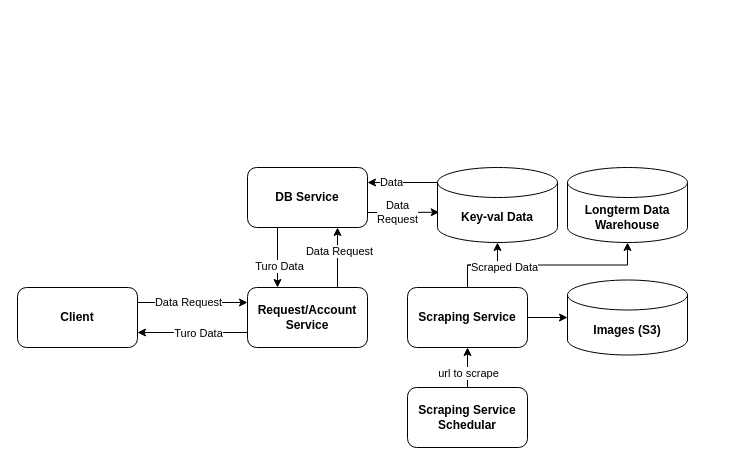
The draw.io diagram page "Collaboration Diagram" (2 of 7) of design/System Design.drawio in jacob-petterle/turo-scraper, before the edit. Source tidied: cells renumbered, new cells numbered last; positions are measured from the earlier drawing's top-left corner, leaving out a move shared by most shapes. Both pictures are drawn from the tidied source at 100%, with x=0, y=0 at pixel (17, 167).
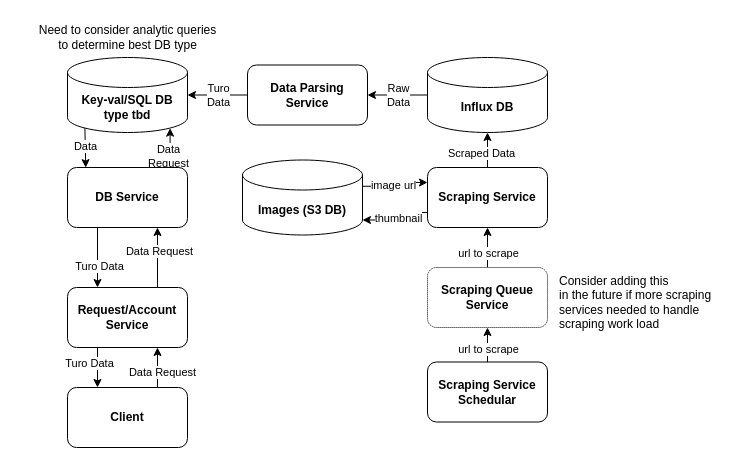
After the change.

Commit message (it also covers changes not shown here):
add scraping sequence

Diff of the diagram source:
```diff
@@
-    <mxCell id="2" style="edgeStyle=orthogonalEdgeStyle;rounded=0;jettySize=auto;html=1;entryX=0.5;entryY=1;entryDx=0;entryDy=0;entryPerimeter=0;" parent="1" edge="1" source="23" target="19">
-      <mxGeometry relative="1" as="geometry" />
-    </mxCell>
-    <mxCell id="3" style="edgeStyle=orthogonalEdgeStyle;rounded=0;jettySize=auto;html=1;entryX=0;entryY=0.25;entryDx=0;entryDy=0;exitX=1;exitY=0.25;exitDx=0;exitDy=0;" parent="1" edge="1" source="5" target="10">
+    <mxCell id="3" style="edgeStyle=orthogonalEdgeStyle;rounded=0;jettySize=auto;html=1;entryX=0.75;entryY=1;entryDx=0;entryDy=0;exitX=0.75;exitY=0;exitDx=0;exitDy=0;" parent="1" edge="1" source="5" target="10">
       <mxGeometry relative="1" as="geometry" />
     </mxCell>
@@
     <mxCell id="5" value="&lt;b&gt;Client&lt;/b&gt;" style="rounded=1;whiteSpace=wrap;html=1;" parent="1" vertex="1">
-      <mxGeometry y="120" width="120" height="60" as="geometry" />
+      <mxGeometry x="50" y="220" width="120" height="60" as="geometry" />
     </mxCell>
-    <mxCell id="6" style="edgeStyle=orthogonalEdgeStyle;rounded=0;jettySize=auto;html=1;exitX=0;exitY=0.75;exitDx=0;exitDy=0;entryX=1;entryY=0.75;entryDx=0;entryDy=0;" parent="1" edge="1" source="10" target="5">
+    <mxCell id="6" style="edgeStyle=orthogonalEdgeStyle;rounded=0;jettySize=auto;html=1;exitX=0.25;exitY=1;exitDx=0;exitDy=0;entryX=0.25;entryY=0;entryDx=0;entryDy=0;" parent="1" edge="1" source="10" target="5">
       <mxGeometry relative="1" as="geometry" />
     </mxCell>
@@
     <mxCell id="10" value="&lt;b&gt;Request/Account Service&lt;/b&gt;" style="rounded=1;whiteSpace=wrap;html=1;" parent="1" vertex="1">
-      <mxGeometry x="230" y="120" width="120" height="60" as="geometry" />
+      <mxGeometry x="50" y="120" width="120" height="60" as="geometry" />
     </mxCell>
-    <mxCell id="11" style="edgeStyle=orthogonalEdgeStyle;rounded=0;jettySize=auto;html=1;entryX=1;entryY=0.25;entryDx=0;entryDy=0;exitX=0;exitY=0;exitDx=0;exitDy=15;exitPerimeter=0;" parent="1" edge="1" source="19" target="18">
+    <mxCell id="11" style="edgeStyle=orthogonalEdgeStyle;rounded=0;jettySize=auto;html=1;entryX=0.152;entryY=0.002;entryDx=0;entryDy=0;exitX=0.145;exitY=1;exitDx=0;exitDy=-4.35;exitPerimeter=0;entryPerimeter=0;" parent="1" edge="1" source="19" target="18">
       <mxGeometry relative="1" as="geometry" />
     </mxCell>
     <mxCell id="12" value="Data" style="edgeLabel;html=1;align=center;verticalAlign=middle;" parent="11" vertex="1">
       <mxGeometry x="-0.64" y="-1" relative="1" as="geometry">
-        <mxPoint x="-34" as="offset" />
+        <mxPoint x="1" y="11" as="offset" />
       </mxGeometry>
     </mxCell>
+    <mxCell id="28" style="edgeStyle=orthogonalEdgeStyle;rounded=0;jettySize=auto;html=1;exitX=0;exitY=0.5;exitDx=0;exitDy=0;exitPerimeter=0;entryX=1;entryY=0.5;entryDx=0;entryDy=0;" parent="1" edge="1" source="13" target="35">
+      <mxGeometry relative="1" as="geometry" />
+    </mxCell>
+    <mxCell id="29" value="Raw&lt;br&gt;Data" style="edgeLabel;html=1;align=center;verticalAlign=middle;" parent="28" vertex="1">
+      <mxGeometry x="0.3" y="-1" relative="1" as="geometry">
+        <mxPoint x="9" y="1" as="offset" />
+      </mxGeometry>
+    </mxCell>
-    <mxCell id="13" value="&lt;b&gt;Longterm Data Warehouse&lt;/b&gt;" style="shape=cylinder3;whiteSpace=wrap;html=1;boundedLbl=1;backgroundOutline=1;size=15;" parent="1" vertex="1">
-      <mxGeometry x="550" width="120" height="75" as="geometry" />
+    <mxCell id="13" value="&lt;b&gt;Influx DB&lt;/b&gt;" style="shape=cylinder3;whiteSpace=wrap;html=1;boundedLbl=1;backgroundOutline=1;size=15;" parent="1" vertex="1">
+      <mxGeometry x="410" y="-110" width="120" height="75" as="geometry" />
     </mxCell>
@@
-    <mxCell id="16" style="edgeStyle=orthogonalEdgeStyle;rounded=0;jettySize=auto;html=1;exitX=1;exitY=0.75;exitDx=0;exitDy=0;" parent="1" edge="1" source="18">
-      <mxGeometry relative="1" as="geometry">
-        <mxPoint x="421.7" y="44.7" as="targetPoint" />
-      </mxGeometry>
+    <mxCell id="16" style="edgeStyle=orthogonalEdgeStyle;rounded=0;jettySize=auto;html=1;exitX=0.855;exitY=0.002;exitDx=0;exitDy=0;entryX=0.855;entryY=1;entryDx=0;entryDy=-4.35;entryPerimeter=0;exitPerimeter=0;" parent="1" edge="1" source="18" target="19">
+      <mxGeometry relative="1" as="geometry" />
     </mxCell>
     <mxCell id="17" value="Data&lt;br&gt;Request" style="edgeLabel;html=1;align=center;verticalAlign=middle;" parent="16" vertex="1">
       <mxGeometry x="0.34" y="1" relative="1" as="geometry">
-        <mxPoint x="-18" as="offset" />
+        <mxPoint x="-1" y="14" as="offset" />
       </mxGeometry>
     </mxCell>
     <mxCell id="18" value="&lt;b&gt;DB Service&lt;/b&gt;" style="rounded=1;whiteSpace=wrap;html=1;" parent="1" vertex="1">
-      <mxGeometry x="230" width="120" height="60" as="geometry" />
+      <mxGeometry x="50" width="120" height="60" as="geometry" />
     </mxCell>
-    <mxCell id="19" value="&lt;b&gt;Key-val Data&lt;/b&gt;" style="shape=cylinder3;whiteSpace=wrap;html=1;boundedLbl=1;backgroundOutline=1;size=15;" parent="1" vertex="1">
-      <mxGeometry x="420" width="120" height="75" as="geometry" />
+    <mxCell id="19" value="&lt;b&gt;Key-val/SQL DB&lt;br&gt;type tbd&lt;br&gt;&lt;/b&gt;" style="shape=cylinder3;whiteSpace=wrap;html=1;boundedLbl=1;backgroundOutline=1;size=15;" parent="1" vertex="1">
+      <mxGeometry x="50" y="-110" width="120" height="75" as="geometry" />
     </mxCell>
@@
-    <mxCell id="22" style="edgeStyle=orthogonalEdgeStyle;rounded=0;jettySize=auto;html=1;entryX=0;entryY=0.5;entryDx=0;entryDy=0;entryPerimeter=0;" parent="1" edge="1" source="23" target="24">
+    <mxCell id="22" style="edgeStyle=orthogonalEdgeStyle;rounded=0;jettySize=auto;html=1;exitX=0;exitY=0.75;exitDx=0;exitDy=0;entryX=1;entryY=1;entryDx=0;entryDy=-15;entryPerimeter=0;" parent="1" edge="1" source="23" target="24">
       <mxGeometry relative="1" as="geometry" />
     </mxCell>
+    <mxCell id="30" value="thumbnail" style="edgeLabel;html=1;align=center;verticalAlign=middle;" parent="22" vertex="1">
+      <mxGeometry x="-0.3" y="-3" relative="1" as="geometry">
+        <mxPoint x="-5" y="8" as="offset" />
+      </mxGeometry>
+    </mxCell>
     <mxCell id="23" value="&lt;b&gt;Scraping Service&lt;/b&gt;" style="rounded=1;whiteSpace=wrap;html=1;" parent="1" vertex="1">
-      <mxGeometry x="390" y="120" width="120" height="60" as="geometry" />
+      <mxGeometry x="410" width="120" height="60" as="geometry" />
     </mxCell>
+    <mxCell id="31" style="edgeStyle=orthogonalEdgeStyle;rounded=0;jettySize=auto;html=1;exitX=1;exitY=0;exitDx=0;exitDy=26.25;exitPerimeter=0;entryX=0;entryY=0.25;entryDx=0;entryDy=0;" parent="1" edge="1" source="24" target="23">
+      <mxGeometry relative="1" as="geometry" />
+    </mxCell>
+    <mxCell id="32" value="image url" style="edgeLabel;html=1;align=center;verticalAlign=middle;" parent="31" vertex="1">
+      <mxGeometry x="0.35" y="1" relative="1" as="geometry">
+        <mxPoint x="-12" y="3" as="offset" />
+      </mxGeometry>
+    </mxCell>
-    <mxCell id="24" value="&lt;b&gt;Images (S3)&lt;/b&gt;" style="shape=cylinder3;whiteSpace=wrap;html=1;boundedLbl=1;backgroundOutline=1;size=15;" parent="1" vertex="1">
-      <mxGeometry x="550" y="112.5" width="120" height="75" as="geometry" />
+    <mxCell id="24" value="&lt;b&gt;Images (S3 DB)&lt;/b&gt;" style="shape=cylinder3;whiteSpace=wrap;html=1;boundedLbl=1;backgroundOutline=1;size=15;" parent="1" vertex="1">
+      <mxGeometry x="225" y="-7.5" width="120" height="75" as="geometry" />
     </mxCell>
-    <mxCell id="25" style="edgeStyle=orthogonalEdgeStyle;rounded=0;jettySize=auto;html=1;entryX=0.5;entryY=1;entryDx=0;entryDy=0;" parent="1" edge="1" source="27" target="23">
-      <mxGeometry relative="1" as="geometry" />
+    <mxCell id="25" style="edgeStyle=orthogonalEdgeStyle;rounded=0;jettySize=auto;html=1;" parent="1" edge="1" source="27">
+      <mxGeometry relative="1" as="geometry">
+        <mxPoint x="470" y="160" as="targetPoint" />
+      </mxGeometry>
     </mxCell>
@@
     <mxCell id="27" value="&lt;b&gt;Scraping Service Schedular&lt;/b&gt;" style="rounded=1;whiteSpace=wrap;html=1;" parent="1" vertex="1">
-      <mxGeometry x="390" y="220" width="120" height="60" as="geometry" />
+      <mxGeometry x="410" y="194.5" width="120" height="60" as="geometry" />
     </mxCell>
+    <mxCell id="33" style="edgeStyle=orthogonalEdgeStyle;rounded=0;jettySize=auto;html=1;" parent="1" edge="1" source="35" target="19">
+      <mxGeometry relative="1" as="geometry" />
+    </mxCell>
+    <mxCell id="34" value="Turo&lt;br&gt;Data" style="edgeLabel;html=1;align=center;verticalAlign=middle;" parent="33" vertex="1">
+      <mxGeometry x="-0.21" y="-1" relative="1" as="geometry">
+        <mxPoint x="-6" y="1" as="offset" />
+      </mxGeometry>
+    </mxCell>
+    <mxCell id="35" value="&lt;b&gt;Data Parsing Service&lt;/b&gt;" style="rounded=1;whiteSpace=wrap;html=1;" parent="1" vertex="1">
+      <mxGeometry x="230" y="-102.5" width="120" height="60" as="geometry" />
+    </mxCell>
+    <mxCell id="36" style="edgeStyle=orthogonalEdgeStyle;rounded=0;jettySize=auto;html=1;" parent="1" edge="1" source="38" target="23">
+      <mxGeometry relative="1" as="geometry" />
+    </mxCell>
+    <mxCell id="37" value="url to scrape" style="edgeLabel;html=1;align=center;verticalAlign=middle;" parent="36" vertex="1">
+      <mxGeometry x="-0.26" relative="1" as="geometry" />
+    </mxCell>
+    <mxCell id="38" value="&lt;b&gt;Scraping Queue Service&lt;/b&gt;" style="rounded=1;whiteSpace=wrap;html=1;dashed=1;dashPattern=1 1;" parent="1" vertex="1">
+      <mxGeometry x="410" y="100" width="120" height="60" as="geometry" />
+    </mxCell>
+    <mxCell id="39" value="Consider adding this&lt;br&gt;in the future if more scraping&amp;nbsp;&lt;br&gt;services needed to handle&lt;br&gt;scraping work load" style="text;html=1;align=left;verticalAlign=middle;strokeColor=none;fillColor=none;" parent="1" vertex="1">
+      <mxGeometry x="540" y="100" width="180" height="70" as="geometry" />
+    </mxCell>
+    <mxCell id="40" value="Need to consider analytic queries&lt;br&gt;to determine best DB type" style="text;html=1;align=center;verticalAlign=middle;strokeColor=none;fillColor=none;" parent="1" vertex="1">
+      <mxGeometry x="10" y="-150" width="200" height="40" as="geometry" />
+    </mxCell>
```
